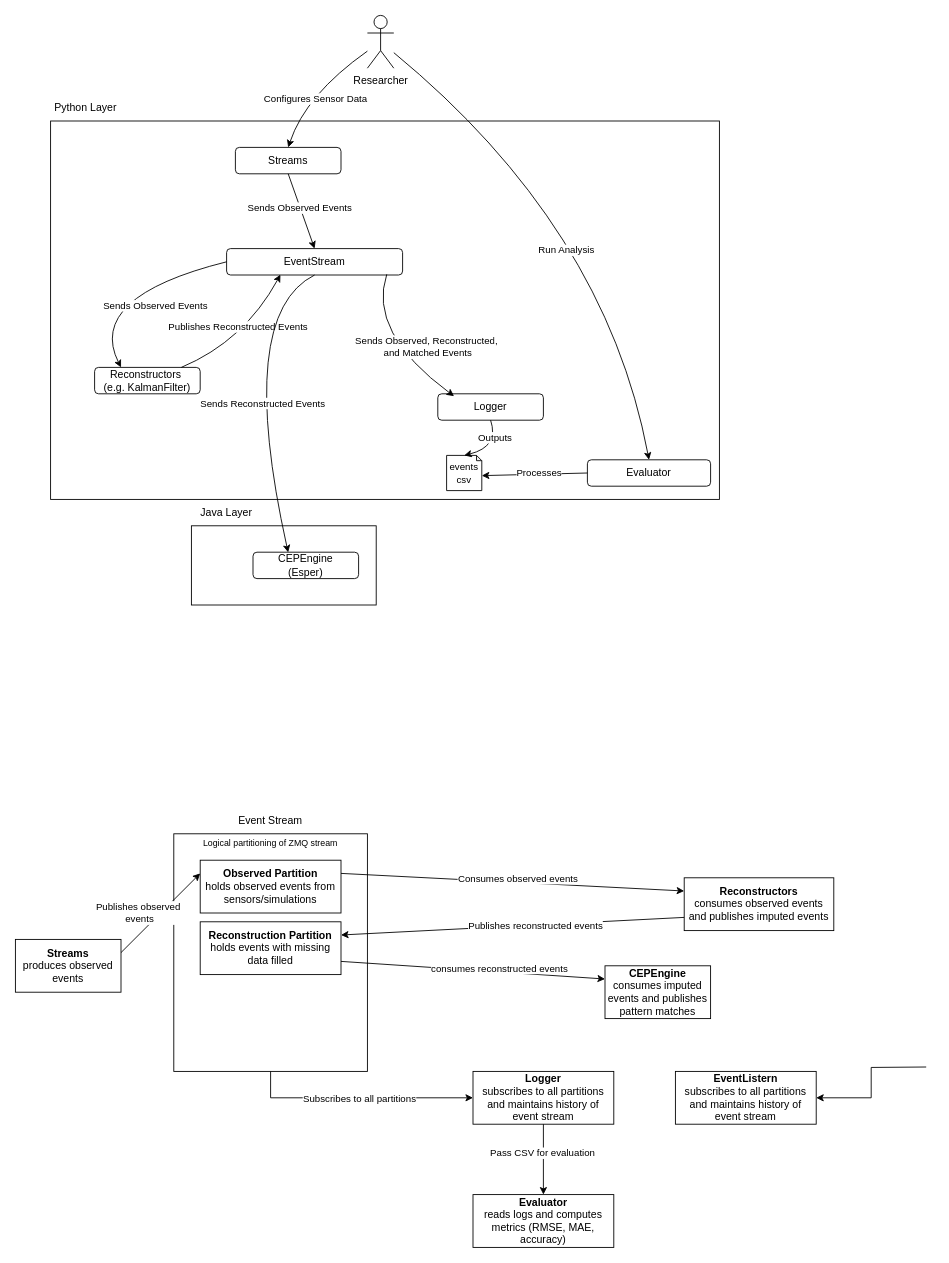
This is docs/Diagrams/Architectural Diagrams.drawio from ssm-lab/sots_cep, a draw.io file, before an edit. Source tidied: cells renumbered, new cells numbered last; positions are measured from the earlier drawing's top-left corner, leaving out a move shared by most shapes. Both pictures are drawn from the tidied source at 88%, with x=0, y=0 at pixel (15, 15).
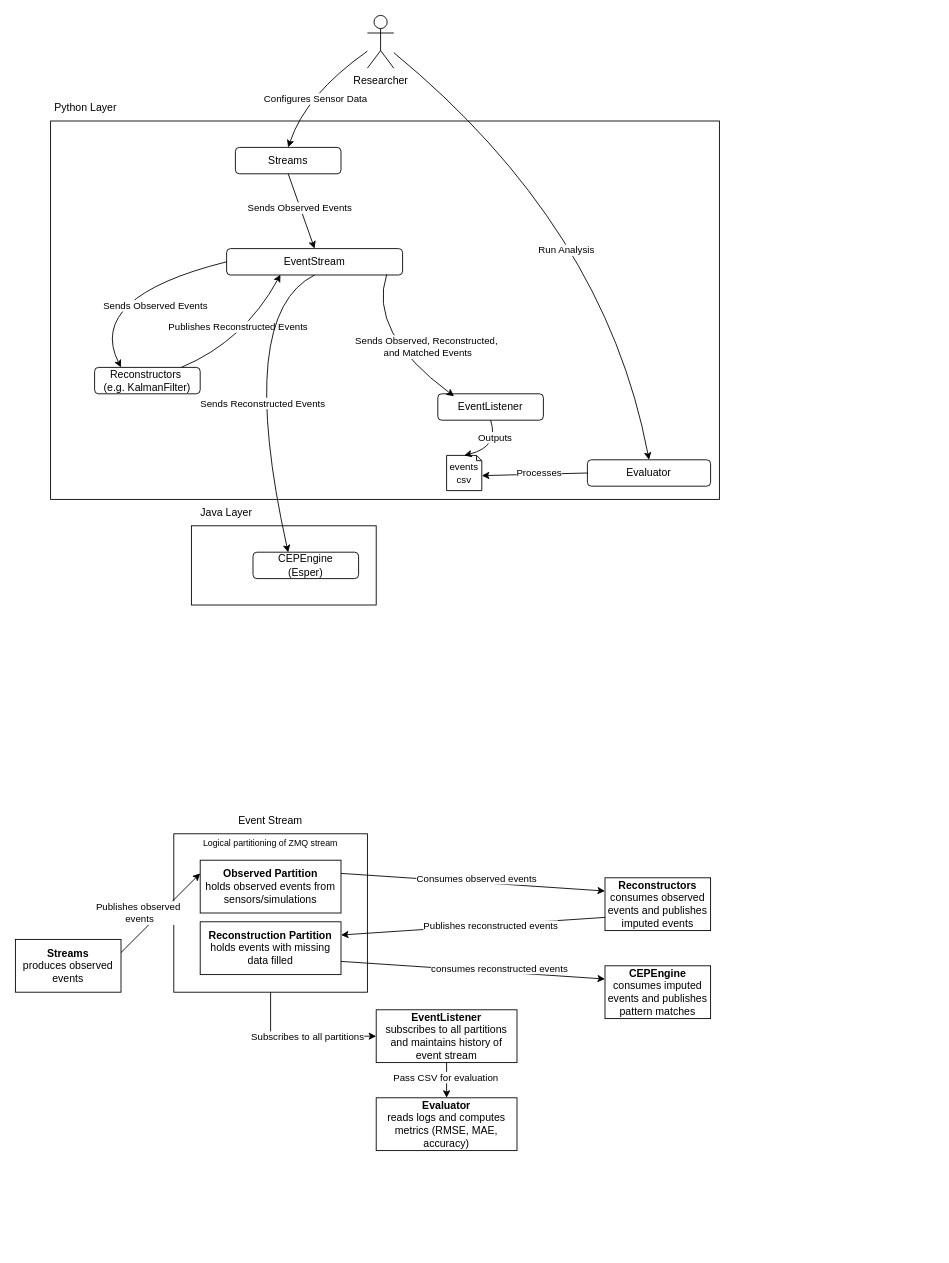
The same page after the edit.

The edit, as a diff of the source:
```diff
@@
     <mxCell id="2" style="rounded=0;whiteSpace=wrap;html=1;fillColor=none;align=left;" parent="1" vertex="1">
-      <mxGeometry x="180" y="930" width="220" height="270" as="geometry" />
+      <mxGeometry x="180" y="930" width="220" height="180" as="geometry" />
     </mxCell>
@@
-    <mxCell id="22" value="Logger" style="rounded=1;whiteSpace=wrap;html=1;" parent="1" vertex="1">
+    <mxCell id="22" value="EventListener" style="rounded=1;whiteSpace=wrap;html=1;" parent="1" vertex="1">
       <mxGeometry x="480" y="430" width="120" height="30" as="geometry" />
     </mxCell>
@@
     <mxCell id="37" value="&lt;b&gt;Reconstructors&lt;/b&gt;&lt;div&gt;consumes observed events and publishes imputed events&lt;/div&gt;" style="rounded=0;whiteSpace=wrap;html=1;" parent="1" vertex="1">
-      <mxGeometry x="760" y="980" width="170" height="60" as="geometry" />
+      <mxGeometry x="670" y="980" width="120" height="60" as="geometry" />
     </mxCell>
@@
-    <mxCell id="39" value="&lt;b&gt;Logger&lt;/b&gt;&lt;div&gt;subscribes to all partitions and maintains history of event stream&lt;/div&gt;" style="rounded=0;whiteSpace=wrap;html=1;" parent="1" vertex="1">
-      <mxGeometry x="520" y="1200" width="160" height="60" as="geometry" />
+    <mxCell id="39" value="&lt;b&gt;EventListener&lt;/b&gt;&lt;br&gt;&lt;div&gt;subscribes to all partitions and maintains history of event stream&lt;/div&gt;" style="rounded=0;whiteSpace=wrap;html=1;" parent="1" vertex="1">
+      <mxGeometry x="410" y="1130" width="160" height="60" as="geometry" />
     </mxCell>
     <mxCell id="40" value="&lt;b&gt;Evaluator&lt;/b&gt;&lt;div&gt;reads logs and computes metrics (RMSE, MAE, accuracy)&lt;/div&gt;" style="rounded=0;whiteSpace=wrap;html=1;" parent="1" vertex="1">
-      <mxGeometry x="520" y="1340" width="160" height="60" as="geometry" />
+      <mxGeometry x="410" y="1230" width="160" height="60" as="geometry" />
     </mxCell>
@@
     <mxCell id="42" style="endArrow=classic;html=1;rounded=0;exitX=0.5;exitY=1;exitDx=0;exitDy=0;entryX=0;entryY=0.5;entryDx=0;entryDy=0;" parent="1" edge="1" source="2" target="39">
       <mxGeometry relative="1" as="geometry">
         <Array as="points">
-          <mxPoint x="290" y="1230" />
+          <mxPoint x="290" y="1160" />
         </Array>
       </mxGeometry>
     </mxCell>
@@
-    <mxCell id="54" style="edgeStyle=orthogonalEdgeStyle;rounded=0;jettySize=auto;html=1;exitX=0.25;exitY=1;exitDx=0;exitDy=0;entryX=1;entryY=0.5;entryDx=0;entryDy=0;" parent="1" edge="1" target="55">
-      <mxGeometry relative="1" as="geometry">
-        <mxPoint x="1035" y="1195" as="sourcePoint" />
-      </mxGeometry>
-    </mxCell>
-    <mxCell id="55" value="&lt;b&gt;EventListern&lt;/b&gt;&lt;br&gt;&lt;div&gt;subscribes to all partitions and maintains history of event stream&lt;/div&gt;" style="rounded=0;whiteSpace=wrap;html=1;" parent="1" vertex="1">
-      <mxGeometry x="750" y="1200" width="160" height="60" as="geometry" />
-    </mxCell>
```
